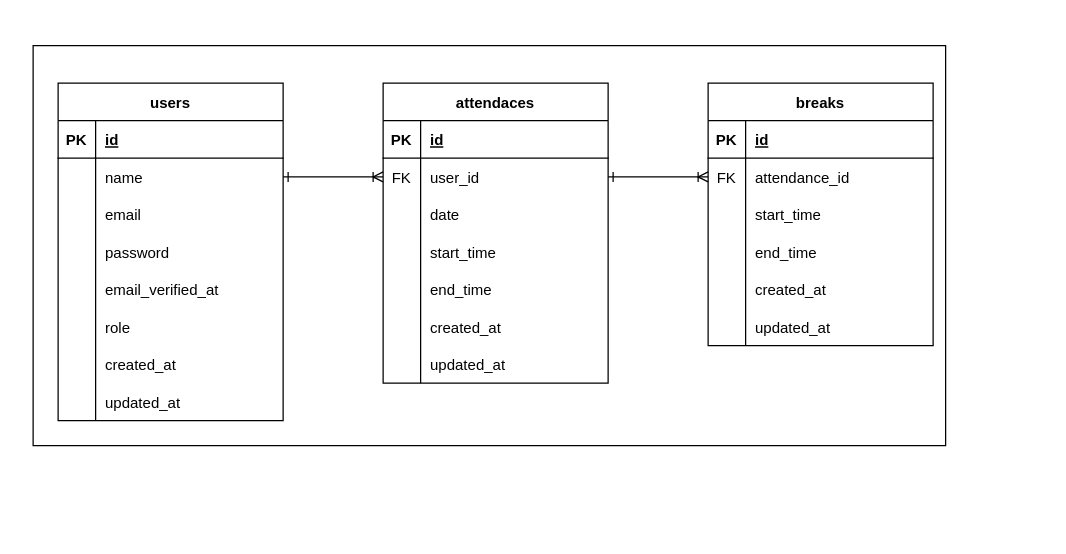
Earlier version of the draw.io diagram erd.drawio (jifrkode/attedance_management). Source tidied: cells renumbered, new cells numbered last; positions are measured from the earlier drawing's top-left corner, leaving out a move shared by most shapes. Both pictures are drawn from the tidied source at 125%, with x=0, y=0 at pixel (32, 45).
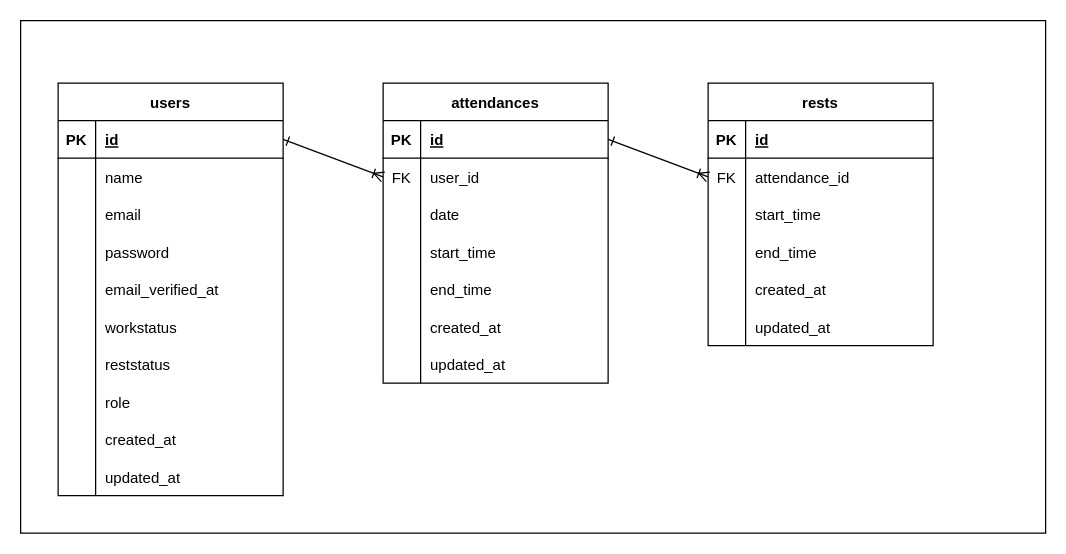
After the change.

The change refers to these unchanged cells:
```xml
<mxCell id="5" style="shape=tableRow;horizontal=0;startSize=0;swimlaneHead=0;swimlaneBody=0;fillColor=none;points=[[0,0.5],[1,0.5]];portConstraint=eastwest;top=0;left=0;right=0;bottom=1;" parent="4" vertex="1">
  <mxGeometry y="30" width="180" height="30" as="geometry" />
</mxCell>
<mxCell id="8" style="shape=tableRow;horizontal=0;startSize=0;swimlaneHead=0;swimlaneBody=0;fillColor=none;points=[[0,0.5],[1,0.5]];portConstraint=eastwest;top=0;left=0;right=0;bottom=0;" parent="4" vertex="1">
  <mxGeometry y="60" width="180" height="30" as="geometry" />
</mxCell>
<mxCell id="20" style="shape=tableRow;horizontal=0;startSize=0;swimlaneHead=0;swimlaneBody=0;fillColor=none;top=0;left=0;right=0;bottom=0;" parent="4" vertex="1">
  <mxGeometry y="180" width="180" height="30" as="geometry" />
</mxCell>
<mxCell id="23" style="shape=tableRow;horizontal=0;startSize=0;swimlaneHead=0;swimlaneBody=0;fillColor=none;top=0;left=0;right=0;bottom=0;" parent="4" vertex="1">
  <mxGeometry y="210" width="180" height="30" as="geometry" />
</mxCell>
<mxCell id="31" style="shape=tableRow;horizontal=0;startSize=0;swimlaneHead=0;swimlaneBody=0;fillColor=none;points=[[0,0.5],[1,0.5]];portConstraint=eastwest;top=0;left=0;right=0;bottom=1;" parent="30" vertex="1">
  <mxGeometry y="30" width="180" height="30" as="geometry" />
</mxCell>
<mxCell id="34" style="shape=tableRow;horizontal=0;startSize=0;swimlaneHead=0;swimlaneBody=0;fillColor=none;points=[[0,0.5],[1,0.5]];portConstraint=eastwest;top=0;left=0;right=0;bottom=0;" parent="30" vertex="1">
  <mxGeometry y="60" width="180" height="30" as="geometry" />
</mxCell>
<mxCell id="56" style="shape=tableRow;horizontal=0;startSize=0;swimlaneHead=0;swimlaneBody=0;fillColor=none;points=[[0,0.5],[1,0.5]];portConstraint=eastwest;top=0;left=0;right=0;bottom=0;" parent="52" vertex="1">
  <mxGeometry y="60" width="180" height="30" as="geometry" />
</mxCell>
```

Change to the diagram source:
```diff
@@
     <mxCell id="2" style="whiteSpace=wrap;html=1;" parent="1" vertex="1">
-      <mxGeometry width="730" height="320" as="geometry" />
+      <mxGeometry x="-10" y="-20" width="820" height="410" as="geometry" />
     </mxCell>
-    <mxCell id="3" style="edgeStyle=none;html=1;startArrow=ERone;startFill=0;endArrow=ERoneToMany;endFill=0;entryX=0;entryY=0.5;entryDx=0;entryDy=0;exitX=1;exitY=0.5;exitDx=0;exitDy=0;" parent="1" edge="1" source="8" target="34">
+    <mxCell id="3" style="edgeStyle=none;html=1;startArrow=ERone;startFill=0;endArrow=ERoneToMany;endFill=0;entryX=0;entryY=0.5;entryDx=0;entryDy=0;exitX=1;exitY=0.5;exitDx=0;exitDy=0;" parent="1" edge="1" source="5" target="34">
       <mxGeometry relative="1" as="geometry" />
     </mxCell>
     <mxCell id="4" value="users" style="shape=table;startSize=30;childLayout=tableLayout;rowLines=0;fontStyle=1;align=center;" parent="1" vertex="1">
-      <mxGeometry x="20" y="30" width="180" height="270" as="geometry" />
+      <mxGeometry x="20" y="30" width="180" height="330" as="geometry" />
     </mxCell>
@@
-    <mxCell id="22" value="role" style="shape=partialRectangle;fillColor=none;top=0;left=0;bottom=0;right=0;align=left;spacingLeft=6;overflow=hidden;" parent="20" vertex="1">
+    <mxCell id="22" value="workstatus" style="shape=partialRectangle;fillColor=none;top=0;left=0;bottom=0;right=0;align=left;spacingLeft=6;overflow=hidden;" parent="20" vertex="1">
       <mxGeometry x="30" width="150" height="30" as="geometry" />
     </mxCell>
@@
-    <mxCell id="25" value="created_at" style="shape=partialRectangle;fillColor=none;top=0;left=0;bottom=0;right=0;align=left;spacingLeft=6;overflow=hidden;" parent="23" vertex="1">
+    <mxCell id="25" value="reststatus" style="shape=partialRectangle;fillColor=none;top=0;left=0;bottom=0;right=0;align=left;spacingLeft=6;overflow=hidden;" parent="23" vertex="1">
       <mxGeometry x="30" width="150" height="30" as="geometry" />
     </mxCell>
     <mxCell id="26" style="shape=tableRow;horizontal=0;startSize=0;swimlaneHead=0;swimlaneBody=0;fillColor=none;top=0;left=0;right=0;bottom=0;" parent="4" vertex="1">
-      <mxGeometry y="240" width="180" height="30" as="geometry" />
+      <mxGeometry y="240" width="180" height="90" as="geometry" />
     </mxCell>
     <mxCell id="27" style="shape=partialRectangle;fillColor=none;top=0;left=0;bottom=0;right=0;overflow=hidden;" parent="26" vertex="1">
-      <mxGeometry width="30" height="30" as="geometry" />
+      <mxGeometry width="30" height="90" as="geometry" />
     </mxCell>
-    <mxCell id="28" value="updated_at" style="shape=partialRectangle;fillColor=none;top=0;left=0;bottom=0;right=0;align=left;spacingLeft=6;overflow=hidden;" parent="26" vertex="1">
-      <mxGeometry x="30" width="150" height="30" as="geometry" />
+    <mxCell id="28" style="shape=partialRectangle;fillColor=none;top=0;left=0;bottom=0;right=0;align=left;spacingLeft=6;overflow=hidden;" parent="26" vertex="1">
+      <mxGeometry x="30" width="150" height="90" as="geometry" />
     </mxCell>
-    <mxCell id="29" style="edgeStyle=none;html=1;startArrow=ERone;startFill=0;endArrow=ERoneToMany;endFill=0;exitX=1;exitY=0.5;exitDx=0;exitDy=0;entryX=0;entryY=0.5;entryDx=0;entryDy=0;" parent="1" edge="1" source="34" target="56">
+    <mxCell id="29" style="edgeStyle=none;html=1;startArrow=ERone;startFill=0;endArrow=ERoneToMany;endFill=0;exitX=1;exitY=0.5;exitDx=0;exitDy=0;entryX=0;entryY=0.5;entryDx=0;entryDy=0;" parent="1" edge="1" source="31" target="56">
       <mxGeometry relative="1" as="geometry" />
     </mxCell>
-    <mxCell id="30" value="attendaces" style="shape=table;startSize=30;childLayout=tableLayout;rowLines=0;fontStyle=1;align=center;" parent="1" vertex="1">
+    <mxCell id="30" value="attendances" style="shape=table;startSize=30;childLayout=tableLayout;rowLines=0;fontStyle=1;align=center;" parent="1" vertex="1">
       <mxGeometry x="280" y="30" width="180" height="240" as="geometry" />
     </mxCell>
@@
-    <mxCell id="52" value="breaks" style="shape=table;startSize=30;childLayout=tableLayout;rowLines=0;fontStyle=1;align=center;" parent="1" vertex="1">
+    <mxCell id="52" value="rests" style="shape=table;startSize=30;childLayout=tableLayout;rowLines=0;fontStyle=1;align=center;" parent="1" vertex="1">
       <mxGeometry x="540" y="30" width="180" height="210" as="geometry" />
     </mxCell>
@@
+    <mxCell id="71" value="role" style="shape=partialRectangle;fillColor=none;top=0;left=0;bottom=0;right=0;align=left;spacingLeft=6;overflow=hidden;" parent="1" vertex="1">
+      <mxGeometry x="50" y="270" width="150" height="30" as="geometry" />
+    </mxCell>
+    <mxCell id="72" value="created_at" style="shape=partialRectangle;fillColor=none;top=0;left=0;bottom=0;right=0;align=left;spacingLeft=6;overflow=hidden;" parent="1" vertex="1">
+      <mxGeometry x="50" y="300" width="150" height="30" as="geometry" />
+    </mxCell>
+    <mxCell id="73" value="updated_at" style="shape=partialRectangle;fillColor=none;top=0;left=0;bottom=0;right=0;align=left;spacingLeft=6;overflow=hidden;" parent="1" vertex="1">
+      <mxGeometry x="50" y="330" width="150" height="30" as="geometry" />
+    </mxCell>
```
